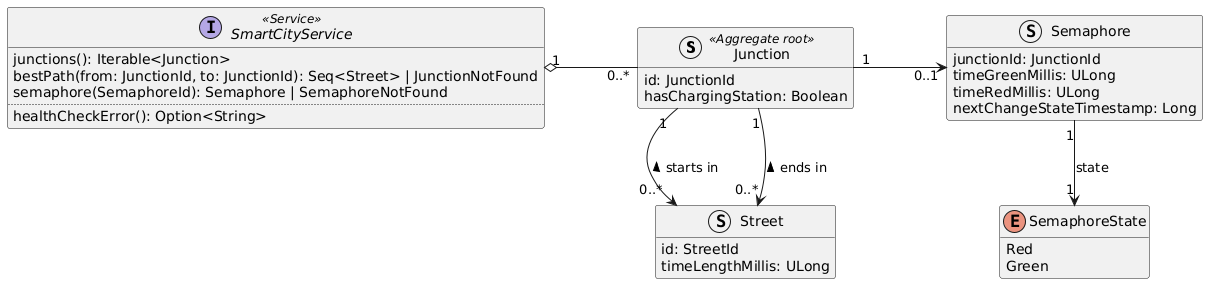
Earlier version of the PlantUML export doc/diagrams/smart-city-domain-model.png (Ventus218/SAP-assignment-03).
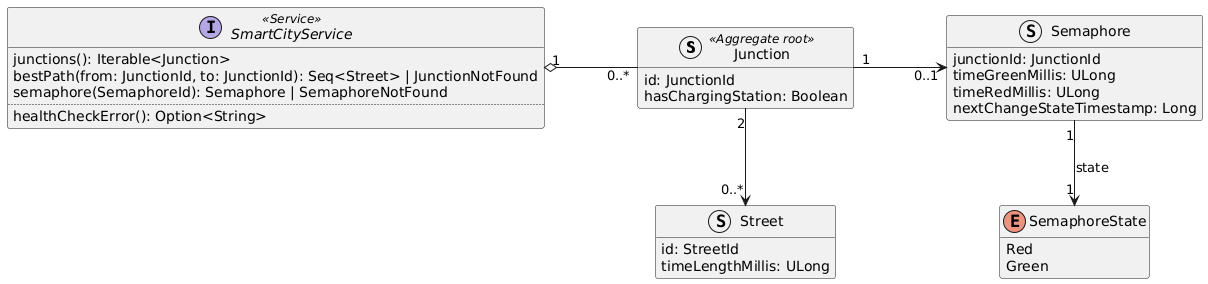
The same file after the commit.

Commit message:
Automatically generated PlantUML diagrams

The edit, as a diff of the source:
```diff
@@ -34,9 +34,7 @@
 
 
 Junction "1" -r-> "0..1" Semaphore : "              "
-Street "0..*" <-u- "1" Junction : "starts in >"
-Street -u[hidden]- Junction
-Street "0..*" <-u- "1" Junction : "ends in >"
+Street "0..*" <-u- "2" Junction
 Semaphore "1" --> "1" SemaphoreState : "state"
 SmartCityService "1" o- "0..*" Junction : "              "
 
```
